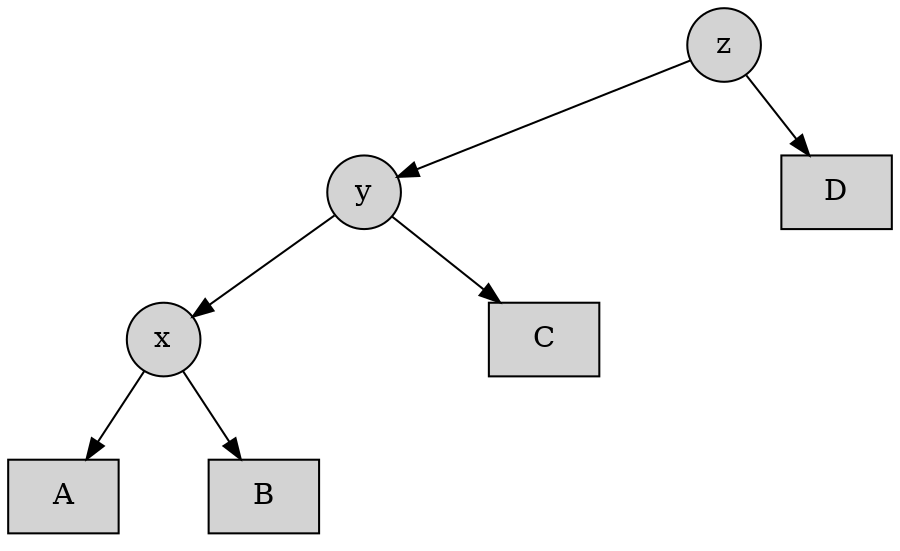
Before: slides/trees/04.self-balancing_binary_search_tree/avl-rotate-example2-izq.dot.png, a diagram exported from Graphviz (jgsogo/eda). Its source is kept beside it as slides/trees/04.self-balancing_binary_search_tree/avl-rotate-example2-izq.dot. The source it was exported from:
```dot
digraph {
    rankdir=TB;

    node [shape=circle style=filled]

    a1 -> b1;
    a1 -> b12 [style=invis weight=10];
    a1 -> b2;

    {rank = same; b1 b2 }

    b1 -> c1;
    b1 -> c12 [style=invis weight=10];
    b1 -> c2;

    c1 -> d1
    c1 -> d12 [style=invis weight=10];
    c1 -> d2

    c2 -> d3 [style=invis]
    c2 -> d34 [style=invis weight=10];
    c2 -> d4 [style=invis]

    a1 [label="z"];
    b1 [label="y"];
    b2 [label="D" shape=rect];

    c1 [label="x"];
    c2 [label="C" shape=rect];

    d1 [label="A" shape=rect];
    d2 [label="B" shape=rect];
    d3 [style=invis];
    d4 [style=invis];

    b12 [label="" width=.1 style=invis];
    c12 [label="" width=.1 style=invis];
    d12 [label="" width=.1 style=invis];
    d34 [label="" width=.1 style=invis];

    {rank = same; d12 c12 d34 b12 }
}
```
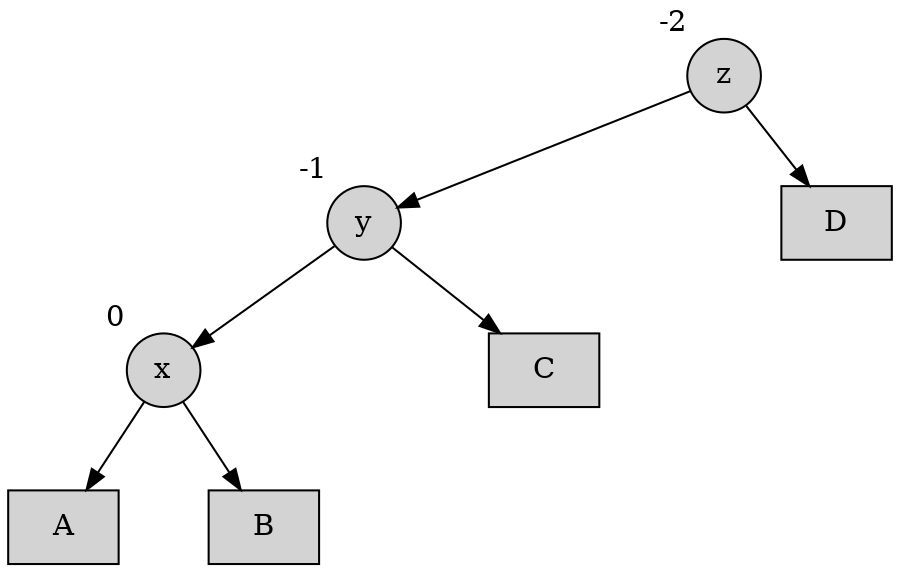
The same file after the commit.

Diff of the diagram source:
```diff
@@ -21,11 +21,11 @@
     c2 -> d34 [style=invis weight=10];
     c2 -> d4 [style=invis]
 
-    a1 [label="z"];
-    b1 [label="y"];
+    a1 [label="z" xlabel=-2];
+    b1 [label="y" xlabel=-1];
     b2 [label="D" shape=rect];
 
-    c1 [label="x"];
+    c1 [label="x" xlabel=0];
     c2 [label="C" shape=rect];
 
     d1 [label="A" shape=rect];
```
